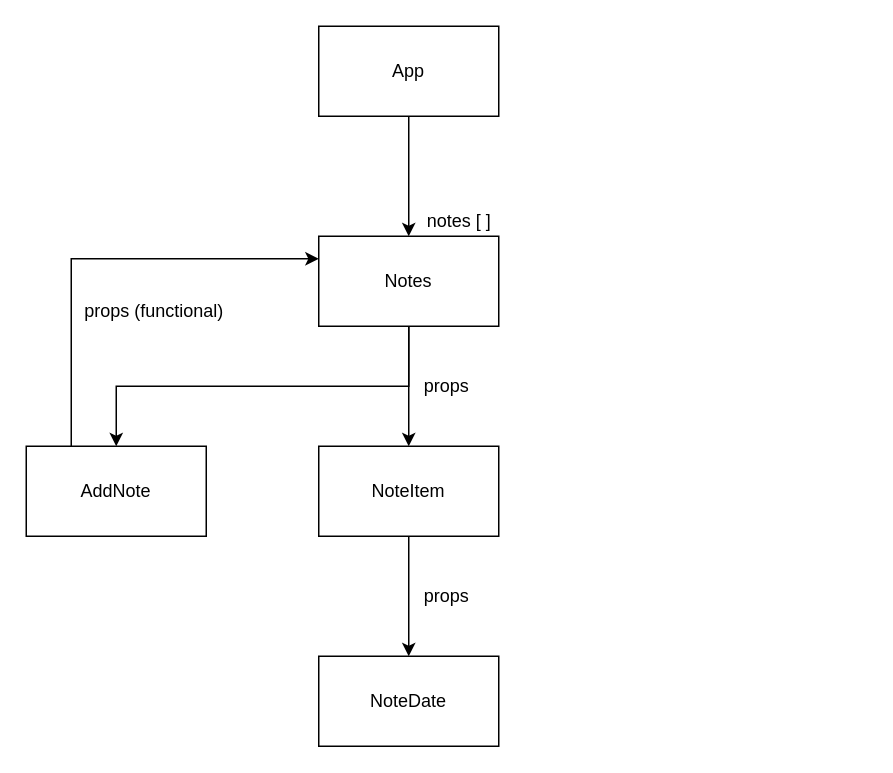
synergy2411/hughes_jun22 keeps this draw.io diagram as page "Page-2" (2 of 2) of refs/diagrams.drawio. Above is the earlier version. Source tidied: cells renumbered, new cells numbered last; positions are measured from the earlier drawing's top-left corner, leaving out a move shared by most shapes. Both pictures are drawn from the tidied source at 150%, with x=0, y=0 at pixel (26, 26).
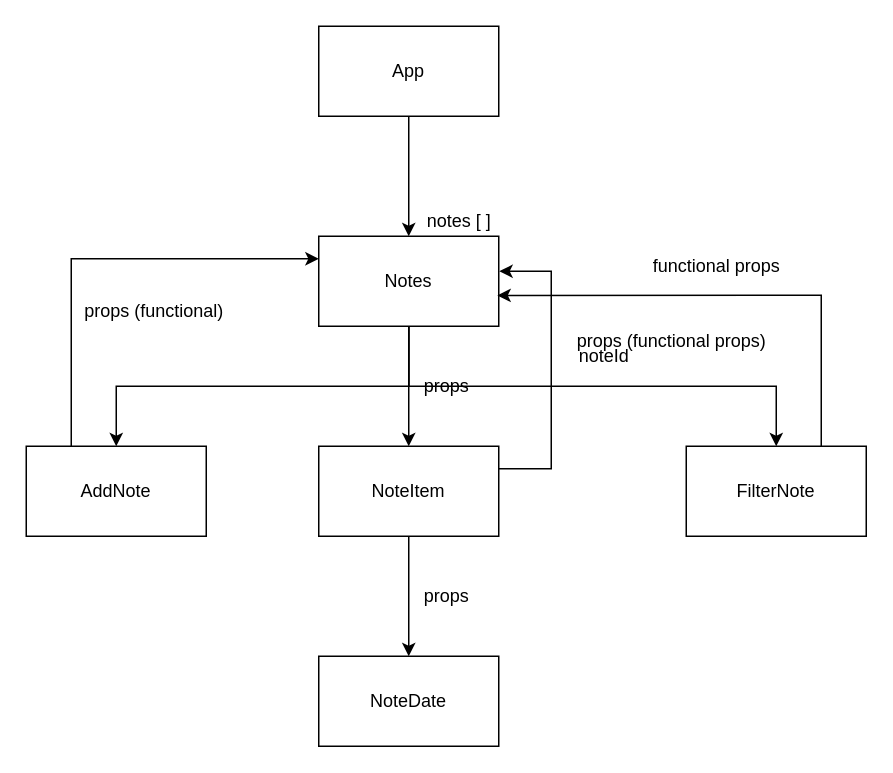
The same diagram, later.

The change refers to these unchanged cells:
```xml
<mxCell id="6" value="Notes" style="rounded=0;whiteSpace=wrap;html=1;" parent="1" vertex="1">
  <mxGeometry x="195" y="140" width="120" height="60" as="geometry" />
</mxCell>
<mxCell id="8" value="NoteItem" style="rounded=0;whiteSpace=wrap;html=1;" parent="1" vertex="1">
  <mxGeometry x="195" y="280" width="120" height="60" as="geometry" />
</mxCell>
```

Diff of the diagram source:
```diff
@@
+    <mxCell id="16" style="edgeStyle=orthogonalEdgeStyle;rounded=0;jettySize=auto;html=1;exitX=0.5;exitY=1;exitDx=0;exitDy=0;" parent="1" edge="1" source="6" target="21">
+      <mxGeometry relative="1" as="geometry" />
+    </mxCell>
@@
+    <mxCell id="17" style="edgeStyle=orthogonalEdgeStyle;rounded=0;jettySize=auto;html=1;exitX=1;exitY=0.25;exitDx=0;exitDy=0;entryX=1.003;entryY=0.389;entryDx=0;entryDy=0;entryPerimeter=0;" parent="1" edge="1" source="8" target="6">
+      <mxGeometry relative="1" as="geometry">
+        <Array as="points">
+          <mxPoint x="350" y="295" />
+          <mxPoint x="350" y="163" />
+        </Array>
+      </mxGeometry>
+    </mxCell>
@@
+    <mxCell id="18" value="noteId" style="text;html=1;align=center;verticalAlign=middle;strokeColor=none;fillColor=none;" parent="1" vertex="1">
+      <mxGeometry x="360" y="210" width="50" height="20" as="geometry" />
+    </mxCell>
+    <mxCell id="19" value="props (functional props)" style="text;html=1;align=center;verticalAlign=middle;strokeColor=none;fillColor=none;" parent="1" vertex="1">
+      <mxGeometry x="360" y="200" width="140" height="20" as="geometry" />
+    </mxCell>
+    <mxCell id="20" style="edgeStyle=orthogonalEdgeStyle;rounded=0;jettySize=auto;html=1;exitX=0.75;exitY=0;exitDx=0;exitDy=0;entryX=0.992;entryY=0.657;entryDx=0;entryDy=0;entryPerimeter=0;" parent="1" edge="1" source="21" target="6">
+      <mxGeometry relative="1" as="geometry" />
+    </mxCell>
+    <mxCell id="21" value="FilterNote" style="rounded=0;whiteSpace=wrap;html=1;" parent="1" vertex="1">
+      <mxGeometry x="440" y="280" width="120" height="60" as="geometry" />
+    </mxCell>
+    <mxCell id="22" value="functional props" style="text;html=1;align=center;verticalAlign=middle;strokeColor=none;fillColor=none;" parent="1" vertex="1">
+      <mxGeometry x="410" y="150" width="100" height="20" as="geometry" />
+    </mxCell>
```
